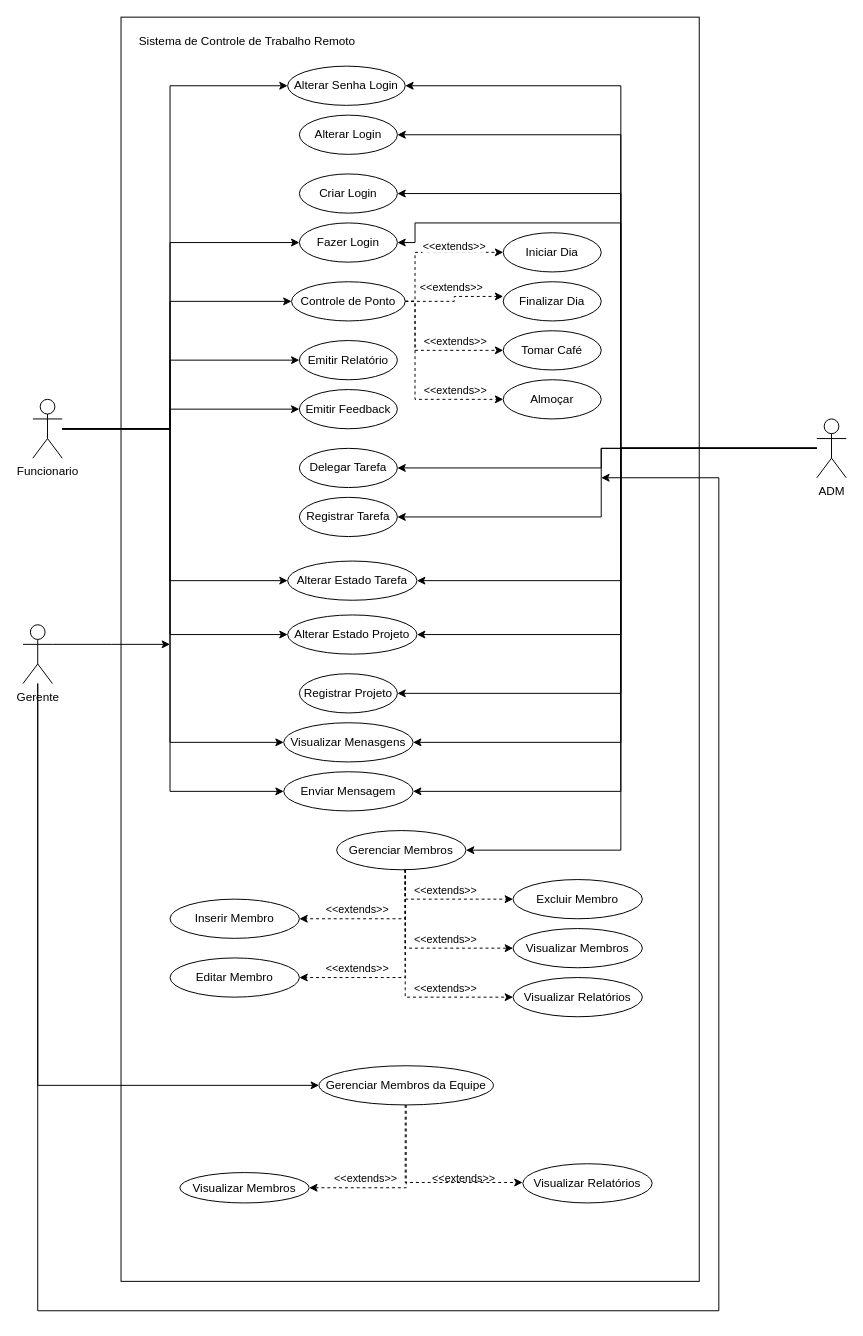
Before: docs/DiagramaCasoDeUso.drawio in GabrielWhite96/TaskLy_LPS, a draw.io diagram. Source tidied: cells renumbered, new cells numbered last; positions are measured from the earlier drawing's top-left corner, leaving out a move shared by most shapes. Both pictures are drawn from the tidied source at 98%, with x=0, y=0 at pixel (23, 17).
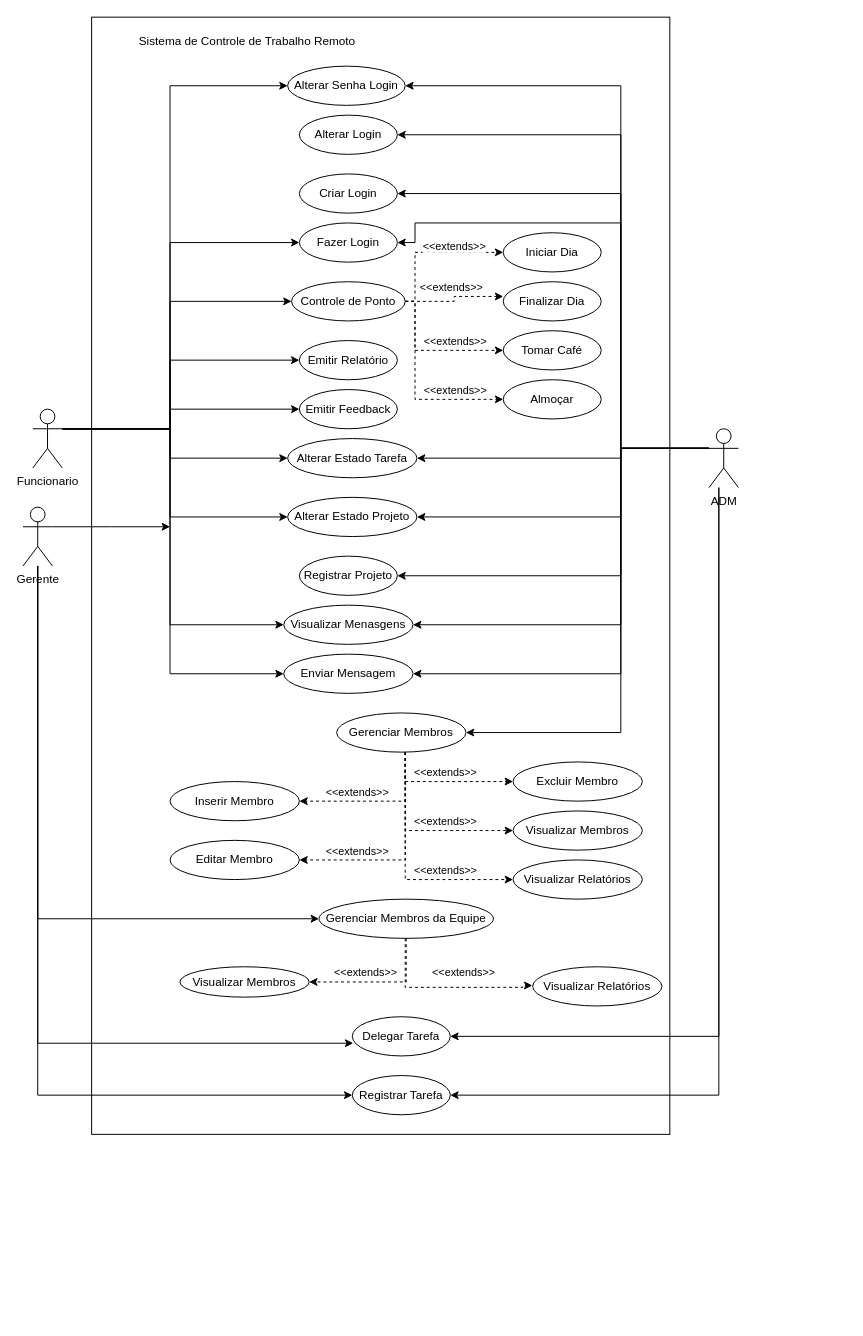
After the change.

The edit, as a diff of the source:
```diff
@@
     <mxCell id="2" style="rounded=0;whiteSpace=wrap;html=1;" parent="1" vertex="1">
-      <mxGeometry x="100" width="590" height="1290" as="geometry" />
+      <mxGeometry x="70" width="590" height="1140" as="geometry" />
     </mxCell>
@@
     <mxCell id="7" style="edgeStyle=orthogonalEdgeStyle;rounded=0;jettySize=auto;html=1;entryX=0;entryY=0.5;entryDx=0;entryDy=0;" parent="1" edge="1" source="12" target="43">
       <mxGeometry relative="1" as="geometry">
         <Array as="points">
           <mxPoint x="150" y="420" />
-          <mxPoint x="150" y="575" />
+          <mxPoint x="150" y="450" />
         </Array>
       </mxGeometry>
     </mxCell>
     <mxCell id="8" style="edgeStyle=orthogonalEdgeStyle;rounded=0;jettySize=auto;html=1;entryX=0;entryY=0.5;entryDx=0;entryDy=0;" parent="1" edge="1" source="12" target="44">
       <mxGeometry relative="1" as="geometry">
         <Array as="points">
           <mxPoint x="150" y="420" />
-          <mxPoint x="150" y="630" />
+          <mxPoint x="150" y="510" />
         </Array>
       </mxGeometry>
     </mxCell>
     <mxCell id="9" style="edgeStyle=orthogonalEdgeStyle;rounded=0;jettySize=auto;html=1;entryX=0;entryY=0.5;entryDx=0;entryDy=0;" parent="1" edge="1" source="12" target="46">
       <mxGeometry relative="1" as="geometry">
         <Array as="points">
           <mxPoint x="150" y="420" />
-          <mxPoint x="150" y="740" />
+          <mxPoint x="150" y="620" />
         </Array>
       </mxGeometry>
     </mxCell>
     <mxCell id="10" style="edgeStyle=orthogonalEdgeStyle;rounded=0;jettySize=auto;html=1;entryX=0;entryY=0.5;entryDx=0;entryDy=0;" parent="1" edge="1" source="12" target="47">
       <mxGeometry relative="1" as="geometry">
         <Array as="points">
           <mxPoint x="150" y="420" />
-          <mxPoint x="150" y="790" />
+          <mxPoint x="150" y="670" />
         </Array>
       </mxGeometry>
     </mxCell>
@@
     <mxCell id="12" value="Funcionario" style="shape=umlActor;verticalLabelPosition=bottom;verticalAlign=top;html=1;" parent="1" vertex="1">
-      <mxGeometry x="10" y="390" width="30" height="60" as="geometry" />
+      <mxGeometry x="10" y="400" width="30" height="60" as="geometry" />
     </mxCell>
-    <mxCell id="13" style="edgeStyle=orthogonalEdgeStyle;rounded=0;jettySize=auto;html=1;entryX=1;entryY=0.5;entryDx=0;entryDy=0;" parent="1" edge="1" source="24" target="41">
-      <mxGeometry relative="1" as="geometry">
-        <Array as="points">
-          <mxPoint x="590" y="440" />
-          <mxPoint x="590" y="460" />
-        </Array>
-      </mxGeometry>
-    </mxCell>
-    <mxCell id="14" style="edgeStyle=orthogonalEdgeStyle;rounded=0;jettySize=auto;html=1;entryX=1;entryY=0.5;entryDx=0;entryDy=0;" parent="1" edge="1" source="24" target="42">
-      <mxGeometry relative="1" as="geometry">
-        <Array as="points">
-          <mxPoint x="590" y="440" />
-          <mxPoint x="590" y="510" />
-        </Array>
-      </mxGeometry>
-    </mxCell>
     <mxCell id="15" style="edgeStyle=orthogonalEdgeStyle;rounded=0;jettySize=auto;html=1;entryX=1;entryY=0.5;entryDx=0;entryDy=0;" parent="1" edge="1" source="24" target="45">
       <mxGeometry relative="1" as="geometry">
         <Array as="points">
           <mxPoint x="610" y="440" />
-          <mxPoint x="610" y="690" />
+          <mxPoint x="610" y="570" />
         </Array>
       </mxGeometry>
     </mxCell>
     <mxCell id="16" style="edgeStyle=orthogonalEdgeStyle;rounded=0;jettySize=auto;html=1;entryX=1;entryY=0.5;entryDx=0;entryDy=0;" parent="1" edge="1" source="24" target="43">
       <mxGeometry relative="1" as="geometry">
         <Array as="points">
           <mxPoint x="610" y="440" />
-          <mxPoint x="610" y="575" />
+          <mxPoint x="610" y="450" />
         </Array>
       </mxGeometry>
     </mxCell>
     <mxCell id="17" style="edgeStyle=orthogonalEdgeStyle;rounded=0;jettySize=auto;html=1;entryX=1;entryY=0.5;entryDx=0;entryDy=0;" parent="1" edge="1" source="24" target="44">
       <mxGeometry relative="1" as="geometry">
         <Array as="points">
           <mxPoint x="610" y="440" />
-          <mxPoint x="610" y="630" />
+          <mxPoint x="610" y="510" />
         </Array>
       </mxGeometry>
     </mxCell>
     <mxCell id="18" style="edgeStyle=orthogonalEdgeStyle;rounded=0;jettySize=auto;html=1;entryX=1;entryY=0.5;entryDx=0;entryDy=0;" parent="1" edge="1" source="24" target="46">
       <mxGeometry relative="1" as="geometry">
         <Array as="points">
           <mxPoint x="610" y="440" />
-          <mxPoint x="610" y="740" />
+          <mxPoint x="610" y="620" />
         </Array>
       </mxGeometry>
     </mxCell>
     <mxCell id="19" style="edgeStyle=orthogonalEdgeStyle;rounded=0;jettySize=auto;html=1;entryX=1;entryY=0.5;entryDx=0;entryDy=0;" parent="1" edge="1" source="24" target="47">
       <mxGeometry relative="1" as="geometry">
         <Array as="points">
           <mxPoint x="610" y="440" />
-          <mxPoint x="610" y="790" />
+          <mxPoint x="610" y="670" />
         </Array>
       </mxGeometry>
     </mxCell>
     <mxCell id="20" style="edgeStyle=orthogonalEdgeStyle;rounded=0;jettySize=auto;html=1;entryX=1;entryY=0.5;entryDx=0;entryDy=0;" parent="1" edge="1" source="24" target="53">
       <mxGeometry relative="1" as="geometry">
         <Array as="points">
           <mxPoint x="610" y="440" />
-          <mxPoint x="610" y="850" />
+          <mxPoint x="610" y="730" />
         </Array>
       </mxGeometry>
     </mxCell>
@@
+    <mxCell id="13" style="edgeStyle=orthogonalEdgeStyle;rounded=0;jettySize=auto;html=1;entryX=1;entryY=0.5;entryDx=0;entryDy=0;" parent="1" edge="1" source="24" target="41">
+      <mxGeometry relative="1" as="geometry">
+        <Array as="points">
+          <mxPoint x="710" y="1040" />
+        </Array>
+      </mxGeometry>
+    </mxCell>
+    <mxCell id="14" style="edgeStyle=orthogonalEdgeStyle;rounded=0;jettySize=auto;html=1;entryX=1;entryY=0.5;entryDx=0;entryDy=0;" parent="1" edge="1" source="24" target="42">
+      <mxGeometry relative="1" as="geometry">
+        <Array as="points">
+          <mxPoint x="710" y="1100" />
+        </Array>
+      </mxGeometry>
+    </mxCell>
     <mxCell id="24" value="ADM" style="shape=umlActor;verticalLabelPosition=bottom;verticalAlign=top;html=1;" parent="1" vertex="1">
-      <mxGeometry x="810" y="410" width="30" height="60" as="geometry" />
+      <mxGeometry x="700" y="420" width="30" height="60" as="geometry" />
     </mxCell>
     <mxCell id="25" style="edgeStyle=orthogonalEdgeStyle;rounded=0;jettySize=auto;html=1;exitX=1;exitY=0.3333333333333333;exitDx=0;exitDy=0;exitPerimeter=0;" parent="1" edge="1" source="28">
       <mxGeometry relative="1" as="geometry">
-        <mxPoint x="150" y="640" as="targetPoint" />
+        <mxPoint x="150" y="520" as="targetPoint" />
       </mxGeometry>
     </mxCell>
-    <mxCell id="26" style="edgeStyle=orthogonalEdgeStyle;rounded=0;jettySize=auto;html=1;" parent="1" edge="1" source="28">
-      <mxGeometry relative="1" as="geometry">
-        <mxPoint x="590" y="470" as="targetPoint" />
-        <Array as="points">
-          <mxPoint x="15" y="1320" />
-          <mxPoint x="710" y="1320" />
-          <mxPoint x="710" y="470" />
-        </Array>
-      </mxGeometry>
-    </mxCell>
     <mxCell id="27" style="edgeStyle=orthogonalEdgeStyle;rounded=0;jettySize=auto;html=1;entryX=0;entryY=0.5;entryDx=0;entryDy=0;" parent="1" edge="1" source="28" target="72">
       <mxGeometry relative="1" as="geometry">
         <Array as="points">
-          <mxPoint x="15" y="1090" />
+          <mxPoint x="15" y="920" />
         </Array>
       </mxGeometry>
     </mxCell>
+    <mxCell id="80" style="edgeStyle=orthogonalEdgeStyle;rounded=0;jettySize=auto;html=1;entryX=0;entryY=0.5;entryDx=0;entryDy=0;" parent="1" edge="1" source="28" target="42">
+      <mxGeometry relative="1" as="geometry">
+        <Array as="points">
+          <mxPoint x="15" y="1100" />
+        </Array>
+      </mxGeometry>
+    </mxCell>
     <mxCell id="28" value="Gerente" style="shape=umlActor;verticalLabelPosition=bottom;verticalAlign=top;html=1;" parent="1" vertex="1">
-      <mxGeometry y="620" width="30" height="60" as="geometry" />
+      <mxGeometry y="500" width="30" height="60" as="geometry" />
     </mxCell>
@@
     <mxCell id="41" value="D&lt;span style=&quot;background-color: initial;&quot;&gt;elegar Tarefa&lt;/span&gt;" style="ellipse;whiteSpace=wrap;html=1;" parent="1" vertex="1">
-      <mxGeometry x="282" y="440" width="100" height="40" as="geometry" />
+      <mxGeometry x="336" y="1020" width="100" height="40" as="geometry" />
     </mxCell>
     <mxCell id="42" value="Registrar Tarefa" style="ellipse;whiteSpace=wrap;html=1;" parent="1" vertex="1">
-      <mxGeometry x="282" y="490" width="100" height="40" as="geometry" />
+      <mxGeometry x="336" y="1080" width="100" height="40" as="geometry" />
     </mxCell>
     <mxCell id="43" value="Alterar Estado Tarefa" style="ellipse;whiteSpace=wrap;html=1;" parent="1" vertex="1">
-      <mxGeometry x="270" y="555" width="132" height="40" as="geometry" />
+      <mxGeometry x="270" y="430" width="132" height="40" as="geometry" />
     </mxCell>
     <mxCell id="44" value="Alterar Estado Projeto" style="ellipse;whiteSpace=wrap;html=1;" parent="1" vertex="1">
-      <mxGeometry x="270" y="610" width="132" height="40" as="geometry" />
+      <mxGeometry x="270" y="490" width="132" height="40" as="geometry" />
     </mxCell>
     <mxCell id="45" value="Registrar Projeto" style="ellipse;whiteSpace=wrap;html=1;" parent="1" vertex="1">
-      <mxGeometry x="282" y="670" width="100" height="40" as="geometry" />
+      <mxGeometry x="282" y="550" width="100" height="40" as="geometry" />
     </mxCell>
     <mxCell id="46" value="Visualizar Menasgens" style="ellipse;whiteSpace=wrap;html=1;" parent="1" vertex="1">
-      <mxGeometry x="266" y="720" width="132" height="40" as="geometry" />
+      <mxGeometry x="266" y="600" width="132" height="40" as="geometry" />
     </mxCell>
     <mxCell id="47" value="Enviar Mensagem" style="ellipse;whiteSpace=wrap;html=1;" parent="1" vertex="1">
-      <mxGeometry x="266" y="770" width="132" height="40" as="geometry" />
+      <mxGeometry x="266" y="650" width="132" height="40" as="geometry" />
     </mxCell>
     <mxCell id="48" style="edgeStyle=orthogonalEdgeStyle;rounded=0;jettySize=auto;html=1;entryX=0;entryY=0.5;entryDx=0;entryDy=0;dashed=1;" parent="1" edge="1" source="53" target="56">
       <mxGeometry relative="1" as="geometry">
         <Array as="points">
-          <mxPoint x="390" y="900" />
+          <mxPoint x="390" y="780" />
         </Array>
       </mxGeometry>
     </mxCell>
     <mxCell id="49" style="edgeStyle=orthogonalEdgeStyle;rounded=0;jettySize=auto;html=1;entryX=1;entryY=0.5;entryDx=0;entryDy=0;dashed=1;" parent="1" edge="1" source="53" target="54">
       <mxGeometry relative="1" as="geometry">
         <Array as="points">
-          <mxPoint x="390" y="920" />
+          <mxPoint x="390" y="800" />
         </Array>
       </mxGeometry>
     </mxCell>
     <mxCell id="50" style="edgeStyle=orthogonalEdgeStyle;rounded=0;jettySize=auto;html=1;entryX=0;entryY=0.5;entryDx=0;entryDy=0;dashed=1;" parent="1" edge="1" source="53" target="57">
       <mxGeometry relative="1" as="geometry">
         <Array as="points">
-          <mxPoint x="390" y="950" />
+          <mxPoint x="390" y="830" />
         </Array>
       </mxGeometry>
     </mxCell>
     <mxCell id="51" style="edgeStyle=orthogonalEdgeStyle;rounded=0;jettySize=auto;html=1;entryX=1;entryY=0.5;entryDx=0;entryDy=0;dashed=1;" parent="1" edge="1" source="53" target="55">
       <mxGeometry relative="1" as="geometry">
         <Array as="points">
-          <mxPoint x="390" y="980" />
+          <mxPoint x="390" y="860" />
         </Array>
       </mxGeometry>
     </mxCell>
     <mxCell id="52" style="edgeStyle=orthogonalEdgeStyle;rounded=0;jettySize=auto;html=1;entryX=0;entryY=0.5;entryDx=0;entryDy=0;dashed=1;" parent="1" edge="1" source="53" target="58">
       <mxGeometry relative="1" as="geometry">
         <Array as="points">
-          <mxPoint x="390" y="1000" />
+          <mxPoint x="390" y="880" />
         </Array>
       </mxGeometry>
     </mxCell>
     <mxCell id="53" value="Gerenciar Membros" style="ellipse;whiteSpace=wrap;html=1;" parent="1" vertex="1">
-      <mxGeometry x="320" y="830" width="132" height="40" as="geometry" />
+      <mxGeometry x="320" y="710" width="132" height="40" as="geometry" />
     </mxCell>
     <mxCell id="54" value="Inserir Membro" style="ellipse;whiteSpace=wrap;html=1;" parent="1" vertex="1">
-      <mxGeometry x="150" y="900" width="132" height="40" as="geometry" />
+      <mxGeometry x="150" y="780" width="132" height="40" as="geometry" />
     </mxCell>
     <mxCell id="55" value="Editar Membro" style="ellipse;whiteSpace=wrap;html=1;" parent="1" vertex="1">
-      <mxGeometry x="150" y="960" width="132" height="40" as="geometry" />
+      <mxGeometry x="150" y="840" width="132" height="40" as="geometry" />
     </mxCell>
     <mxCell id="56" value="Excluir Membro" style="ellipse;whiteSpace=wrap;html=1;" parent="1" vertex="1">
-      <mxGeometry x="500" y="880" width="132" height="40" as="geometry" />
+      <mxGeometry x="500" y="760" width="132" height="40" as="geometry" />
     </mxCell>
     <mxCell id="57" value="Visualizar Membros" style="ellipse;whiteSpace=wrap;html=1;" parent="1" vertex="1">
-      <mxGeometry x="500" y="930" width="132" height="40" as="geometry" />
+      <mxGeometry x="500" y="810" width="132" height="40" as="geometry" />
     </mxCell>
     <mxCell id="58" value="Visualizar Relatórios" style="ellipse;whiteSpace=wrap;html=1;" parent="1" vertex="1">
-      <mxGeometry x="500" y="980" width="132" height="40" as="geometry" />
+      <mxGeometry x="500" y="860" width="132" height="40" as="geometry" />
     </mxCell>
@@
     <mxCell id="66" value="&amp;lt;&amp;lt;extends&amp;gt;&amp;gt;" style="edgeLabel;html=1;align=center;verticalAlign=middle;" parent="1" vertex="1">
-      <mxGeometry x="340" y="910" as="geometry" />
+      <mxGeometry x="340" y="790" as="geometry" />
     </mxCell>
     <mxCell id="67" value="&amp;lt;&amp;lt;extends&amp;gt;&amp;gt;" style="edgeLabel;html=1;align=center;verticalAlign=middle;" parent="1" vertex="1">
-      <mxGeometry x="340" y="970" as="geometry" />
+      <mxGeometry x="340" y="850" as="geometry" />
     </mxCell>
     <mxCell id="68" value="&amp;lt;&amp;lt;extends&amp;gt;&amp;gt;" style="edgeLabel;html=1;align=center;verticalAlign=middle;" parent="1" vertex="1">
-      <mxGeometry x="430" y="890" as="geometry" />
+      <mxGeometry x="430" y="770" as="geometry" />
     </mxCell>
     <mxCell id="69" value="&amp;lt;&amp;lt;extends&amp;gt;&amp;gt;" style="edgeLabel;html=1;align=center;verticalAlign=middle;" parent="1" vertex="1">
-      <mxGeometry x="430" y="940" as="geometry" />
+      <mxGeometry x="430" y="820" as="geometry" />
     </mxCell>
     <mxCell id="70" value="&amp;lt;&amp;lt;extends&amp;gt;&amp;gt;" style="edgeLabel;html=1;align=center;verticalAlign=middle;" parent="1" vertex="1">
-      <mxGeometry x="430" y="990" as="geometry" />
+      <mxGeometry x="430" y="870" as="geometry" />
     </mxCell>
     <mxCell id="71" style="edgeStyle=orthogonalEdgeStyle;rounded=0;jettySize=auto;html=1;entryX=1;entryY=0.5;entryDx=0;entryDy=0;dashed=1;" parent="1" edge="1" source="72" target="74">
       <mxGeometry relative="1" as="geometry">
         <Array as="points">
-          <mxPoint x="391" y="1194" />
+          <mxPoint x="391" y="985" />
         </Array>
       </mxGeometry>
     </mxCell>
     <mxCell id="72" value="Gerenciar Membros da Equipe" style="ellipse;whiteSpace=wrap;html=1;" parent="1" vertex="1">
-      <mxGeometry x="302" y="1070" width="178" height="40" as="geometry" />
+      <mxGeometry x="302" y="900" width="178" height="40" as="geometry" />
     </mxCell>
     <mxCell id="73" value="Visualizar Relatórios" style="ellipse;whiteSpace=wrap;html=1;" parent="1" vertex="1">
-      <mxGeometry x="510" y="1170" width="132" height="40" as="geometry" />
+      <mxGeometry x="520" y="969" width="132" height="40" as="geometry" />
     </mxCell>
     <mxCell id="74" value="Visualizar Membros" style="ellipse;whiteSpace=wrap;html=1;" parent="1" vertex="1">
-      <mxGeometry x="160" y="1179" width="132" height="31" as="geometry" />
+      <mxGeometry x="160" y="969" width="132" height="31" as="geometry" />
     </mxCell>
     <mxCell id="75" value="&lt;span style=&quot;color: rgb(0, 0, 0); font-family: Helvetica; font-size: 11px; font-style: normal; font-variant-ligatures: normal; font-variant-caps: normal; font-weight: 400; letter-spacing: normal; orphans: 2; text-align: center; text-indent: 0px; text-transform: none; widows: 2; word-spacing: 0px; -webkit-text-stroke-width: 0px; white-space: nowrap; background-color: rgb(255, 255, 255); text-decoration-thickness: initial; text-decoration-style: initial; text-decoration-color: initial; display: inline !important; float: none;&quot;&gt;&amp;lt;&amp;lt;extends&amp;gt;&amp;gt;&lt;/span&gt;" style="text;html=1;align=center;verticalAlign=middle;whiteSpace=wrap;rounded=0;" parent="1" vertex="1">
-      <mxGeometry x="320" y="1170" width="60" height="30" as="geometry" />
+      <mxGeometry x="320" y="960" width="60" height="30" as="geometry" />
     </mxCell>
     <mxCell id="76" value="&lt;span style=&quot;color: rgb(0, 0, 0); font-family: Helvetica; font-size: 11px; font-style: normal; font-variant-ligatures: normal; font-variant-caps: normal; font-weight: 400; letter-spacing: normal; orphans: 2; text-align: center; text-indent: 0px; text-transform: none; widows: 2; word-spacing: 0px; -webkit-text-stroke-width: 0px; white-space: nowrap; background-color: rgb(255, 255, 255); text-decoration-thickness: initial; text-decoration-style: initial; text-decoration-color: initial; display: inline !important; float: none;&quot;&gt;&amp;lt;&amp;lt;extends&amp;gt;&amp;gt;&lt;/span&gt;" style="text;html=1;align=center;verticalAlign=middle;whiteSpace=wrap;rounded=0;" parent="1" vertex="1">
-      <mxGeometry x="420" y="1170" width="60" height="30" as="geometry" />
+      <mxGeometry x="420" y="960" width="60" height="30" as="geometry" />
     </mxCell>
     <mxCell id="77" style="edgeStyle=orthogonalEdgeStyle;rounded=0;jettySize=auto;html=1;entryX=-0.002;entryY=0.478;entryDx=0;entryDy=0;entryPerimeter=0;dashed=1;" parent="1" edge="1" source="72" target="73">
       <mxGeometry relative="1" as="geometry">
         <Array as="points">
-          <mxPoint x="390" y="1190" />
-          <mxPoint x="510" y="1190" />
+          <mxPoint x="390" y="990" />
+          <mxPoint x="510" y="990" />
         </Array>
       </mxGeometry>
     </mxCell>
@@
+    <mxCell id="81" style="edgeStyle=orthogonalEdgeStyle;rounded=0;jettySize=auto;html=1;entryX=0.01;entryY=0.675;entryDx=0;entryDy=0;entryPerimeter=0;" parent="1" edge="1" source="28" target="41">
+      <mxGeometry relative="1" as="geometry">
+        <Array as="points">
+          <mxPoint x="15" y="1047" />
+        </Array>
+      </mxGeometry>
+    </mxCell>
```
